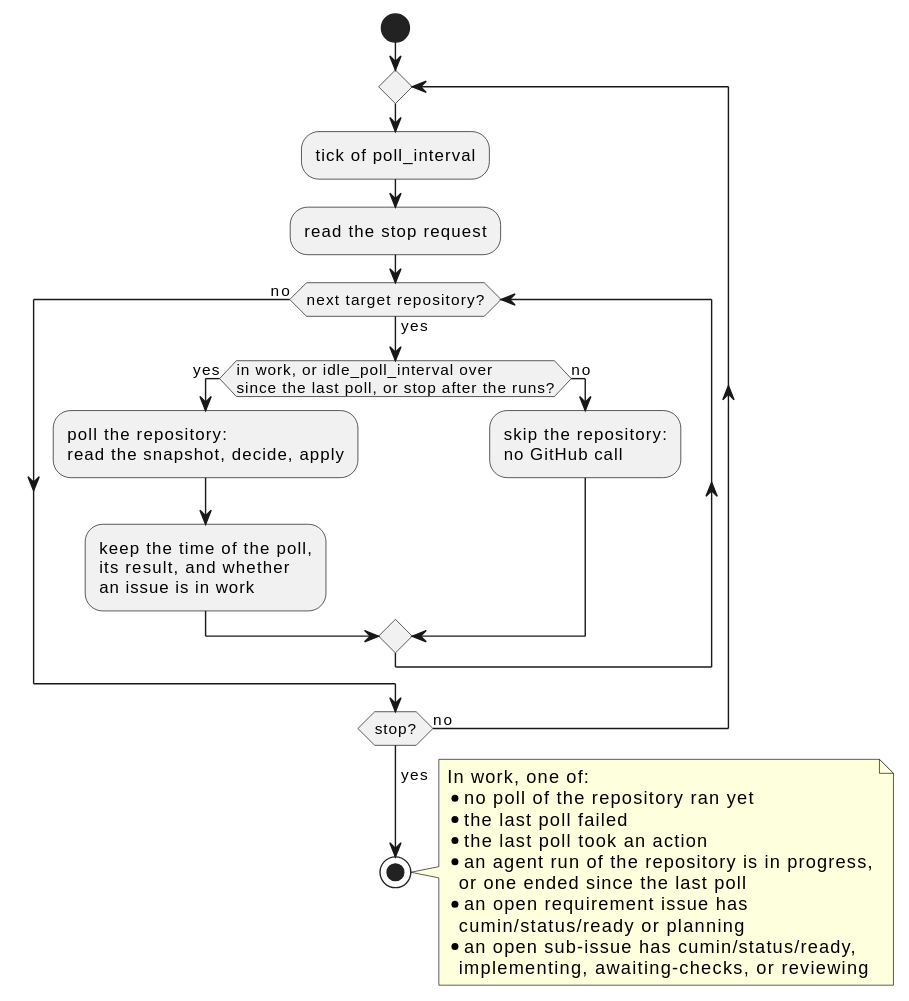
Earlier version of the PlantUML export docs/ja/designs/poll-interval.svg (cloveclovedev/cumin-works). The source it was exported from:
```plantuml
@startuml
skinparam shadowing false
skinparam defaultFontName sans-serif

start
repeat
  :tick of poll_interval;
  :read the stop request;
  while (next target repository?) is (yes)
    if (in work, or idle_poll_interval over\nsince the last poll, or stop after the runs?) then (yes)
      :poll the repository:
      read the snapshot, decide, apply;
      :keep the time of the poll,
      its result, and whether
      an issue is in work;
    else (no)
      :skip the repository:
      no GitHub call;
    endif
  endwhile (no)
repeat while (stop?) is (no)
->yes;
stop

note right
  In work, one of:
  * no poll of the repository ran yet
  * the last poll failed
  * the last poll took an action
  * an agent run of the repository is in progress,
    or one ended since the last poll
  * an open requirement issue has
    cumin/status/ready or planning
  * an open sub-issue has cumin/status/ready,
    implementing, awaiting-checks, or reviewing
end note
@enduml
```
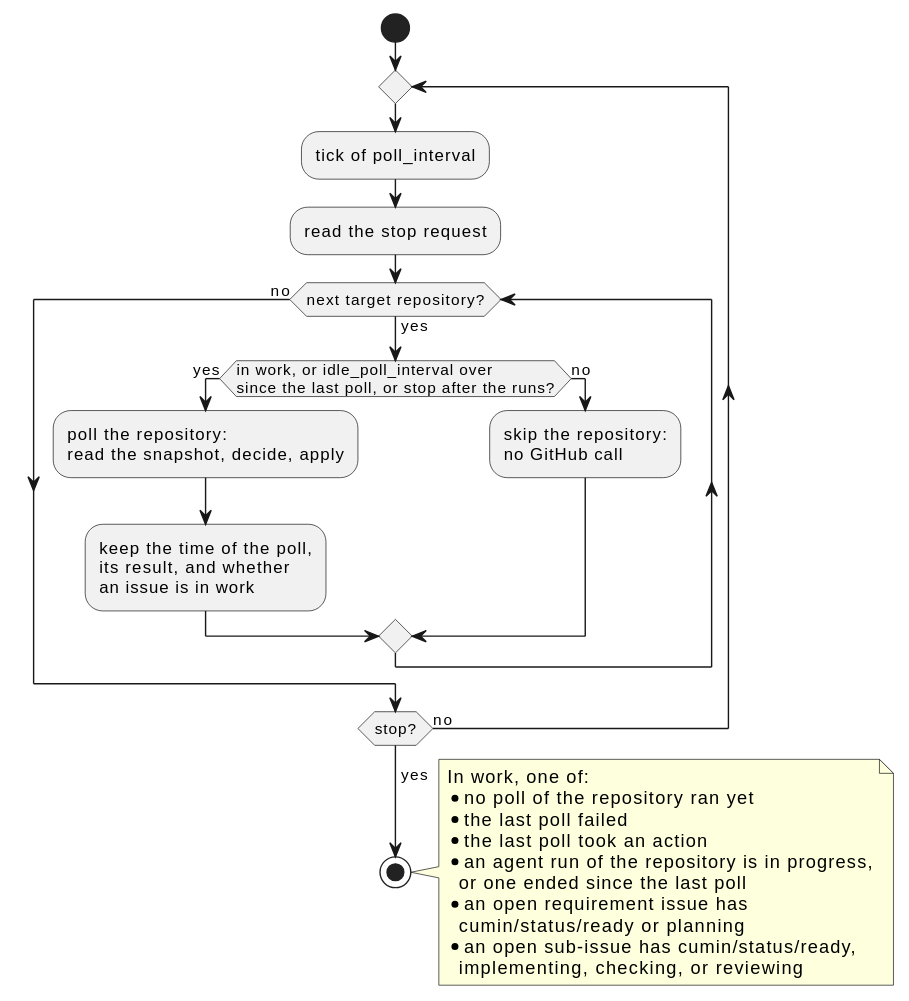
Later version of the same file.

What changed in the source:
```diff
@@ -32,6 +32,6 @@
   * an open requirement issue has
     cumin/status/ready or planning
   * an open sub-issue has cumin/status/ready,
-    implementing, awaiting-checks, or reviewing
+    implementing, checking, or reviewing
 end note
 @enduml
```
